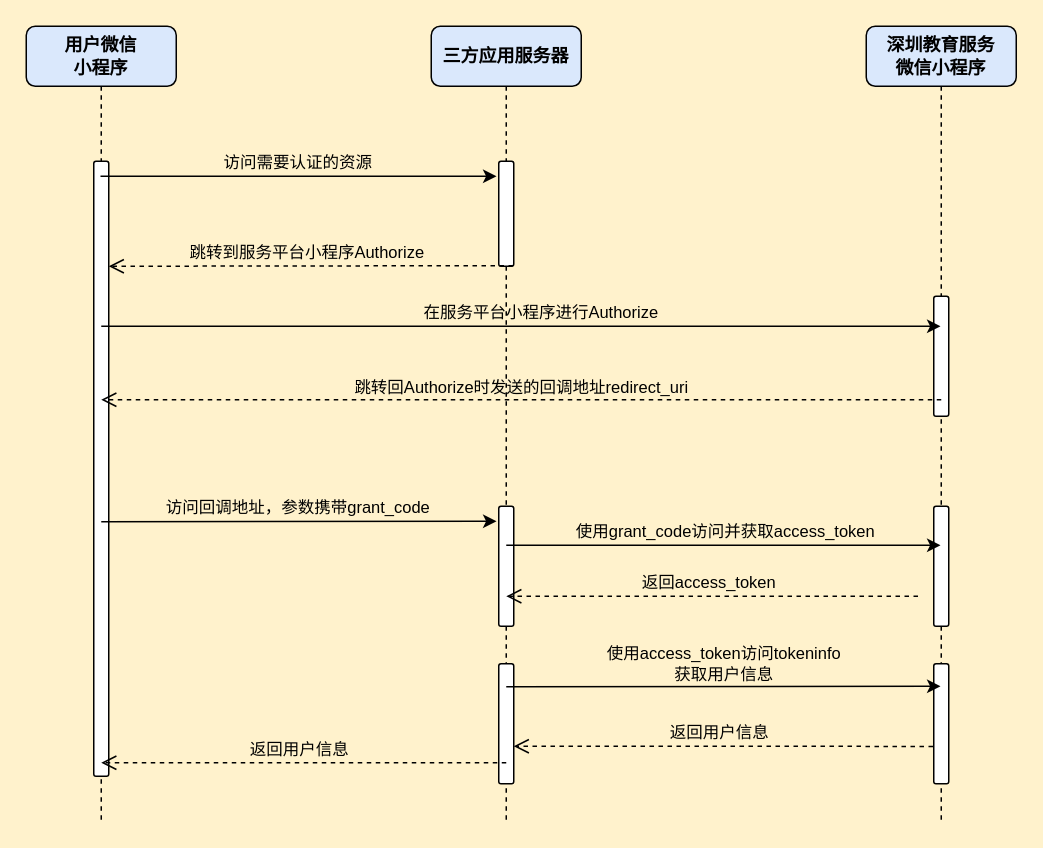
fishercore/drawio keeps this draw.io diagram as page "小程序三方单点登录认证流程" (2 of 2) of 未命名绘图.drawio. Above is the earlier version. Source tidied: cells renumbered, new cells numbered last; positions are measured from the earlier drawing's top-left corner, leaving out a move shared by most shapes. Both pictures are drawn from the tidied source at 150%, with x=0, y=0 at pixel (26, 26).
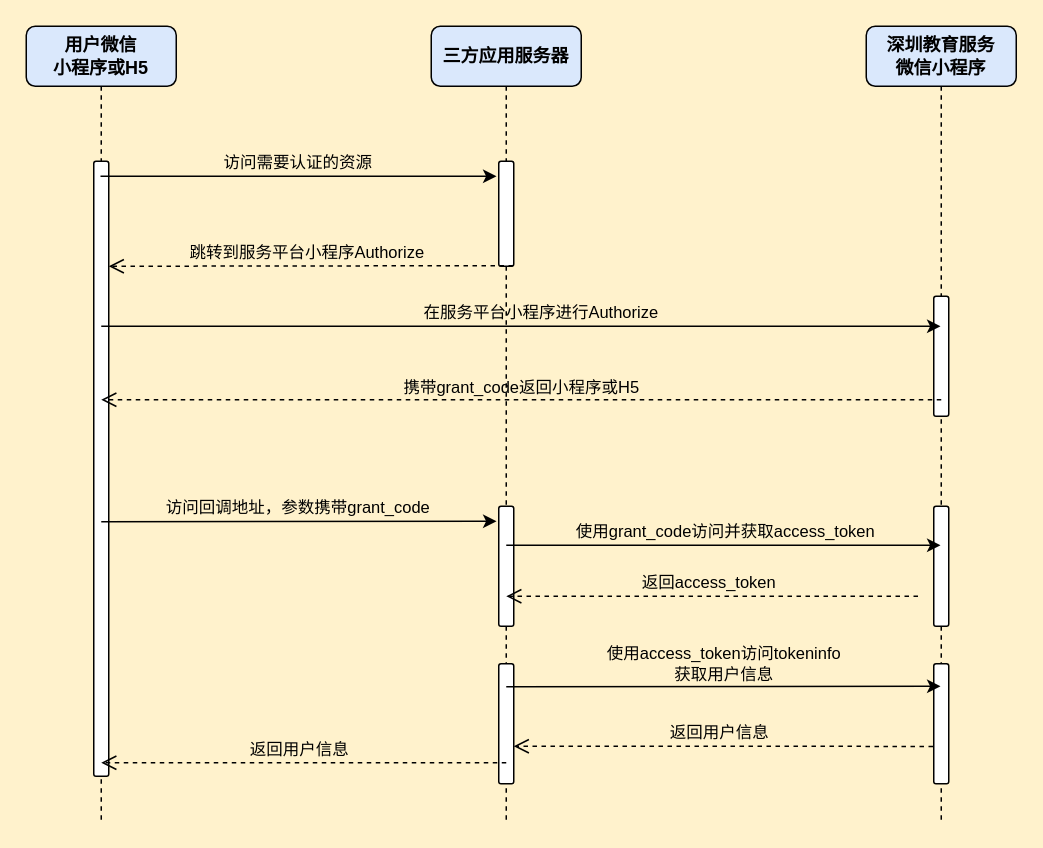
The same page after the edit.

What changed in the source:
```diff
@@
-    <mxCell id="2" value="用户微信&lt;br&gt;小程序" style="shape=umlLifeline;perimeter=lifelinePerimeter;whiteSpace=wrap;html=1;outlineConnect=0;portConstraint=eastwest;newEdgeStyle={&quot;edgeStyle&quot;:&quot;elbowEdgeStyle&quot;,&quot;elbow&quot;:&quot;vertical&quot;,&quot;curved&quot;:0,&quot;rounded&quot;:0};fontStyle=1;fillColor=#dae8fc;strokeColor=default;rounded=1;" parent="1" vertex="1">
+    <mxCell id="2" value="用户微信&lt;br&gt;小程序或H5" style="shape=umlLifeline;perimeter=lifelinePerimeter;whiteSpace=wrap;html=1;outlineConnect=0;portConstraint=eastwest;newEdgeStyle={&quot;edgeStyle&quot;:&quot;elbowEdgeStyle&quot;,&quot;elbow&quot;:&quot;vertical&quot;,&quot;curved&quot;:0,&quot;rounded&quot;:0};fontStyle=1;fillColor=#dae8fc;strokeColor=default;rounded=1;" parent="1" vertex="1">
       <mxGeometry width="100" height="530" as="geometry" />
     </mxCell>
@@
-    <mxCell id="17" value="跳转回Authorize时发送的回调地址redirect_uri" style="html=1;verticalAlign=bottom;endArrow=open;dashed=1;endSize=8;edgeStyle=elbowEdgeStyle;elbow=vertical;curved=0;rounded=1;labelBackgroundColor=none;" parent="1" edge="1">
+    <mxCell id="17" value="携带grant_code返回小程序或H5" style="html=1;verticalAlign=bottom;endArrow=open;dashed=1;endSize=8;edgeStyle=elbowEdgeStyle;elbow=vertical;curved=0;rounded=1;labelBackgroundColor=none;" parent="1" edge="1">
       <mxGeometry y="1" relative="1" as="geometry">
         <mxPoint x="610" y="249" as="sourcePoint" />
         <mxPoint x="50" y="249" as="targetPoint" />
       </mxGeometry>
     </mxCell>
```
